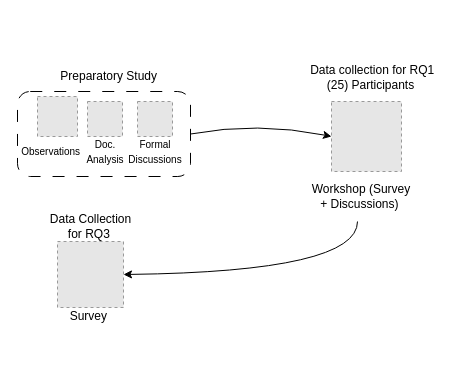
amnapir/Figures keeps this draw.io diagram as Method.drawio. Above is the earlier version. Source tidied: cells renumbered, new cells numbered last; positions are measured from the earlier drawing's top-left corner, leaving out a move shared by most shapes. Both pictures are drawn from the tidied source at 100%, with x=0, y=0 at pixel (17, 47). Pictures stored in the file or linked from it are replaced by grey dashed boxes.
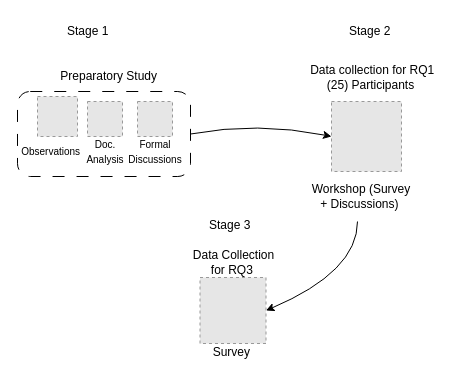
After the change.

Change to the diagram source:
```diff
@@
     <mxCell id="2" style="fillColor=#E6E6E6;strokeColor=#999999;dashed=1;verticalLabelPosition=bottom;labelBackgroundColor=default;verticalAlign=top;" parent="1" vertex="1">
-      <mxGeometry x="40" y="194" width="66" height="66" as="geometry" />
+      <mxGeometry x="182.5" y="230" width="66" height="66" as="geometry" />
     </mxCell>
@@
     <mxCell id="16" value="Survey&amp;nbsp;" style="text;html=1;strokeColor=none;fillColor=none;align=center;verticalAlign=middle;whiteSpace=wrap;rounded=0;" parent="1" vertex="1">
-      <mxGeometry x="43" y="254" width="60" height="30" as="geometry" />
+      <mxGeometry x="185.5" y="290" width="60" height="30" as="geometry" />
     </mxCell>
     <mxCell id="17" value="Data Collection for RQ3&amp;nbsp;" style="text;html=1;strokeColor=none;fillColor=none;align=center;verticalAlign=middle;whiteSpace=wrap;rounded=0;" parent="1" vertex="1">
-      <mxGeometry x="25" y="164" width="97" height="30" as="geometry" />
+      <mxGeometry x="167.5" y="200" width="97" height="30" as="geometry" />
     </mxCell>
+    <mxCell id="18" value="Stage 1" style="text;whiteSpace=wrap;" parent="1" vertex="1">
+      <mxGeometry x="47.5" y="-30" width="80" height="40" as="geometry" />
+    </mxCell>
+    <mxCell id="19" value="Stage 2" style="text;whiteSpace=wrap;" parent="1" vertex="1">
+      <mxGeometry x="330" y="-30" width="80" height="40" as="geometry" />
+    </mxCell>
+    <mxCell id="20" value="Stage 3" style="text;whiteSpace=wrap;" parent="1" vertex="1">
+      <mxGeometry x="190" y="164" width="80" height="40" as="geometry" />
+    </mxCell>
```
